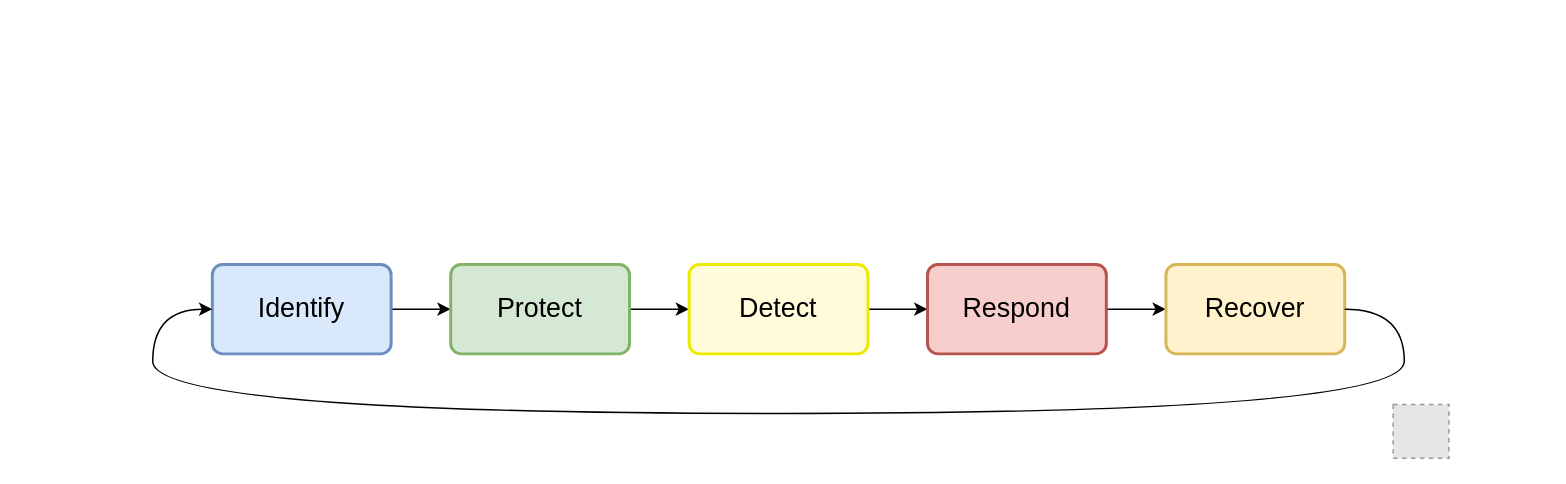
Above: page "Page-1" (1 of 2) of cybersecurity.drawio in qeeqbox/cybersecurity (draw.io), before the change. Source tidied: cells renumbered, new cells numbered last; positions are measured from the earlier drawing's top-left corner, leaving out a move shared by most shapes. Both pictures are drawn from the tidied source at 149%, with x=0, y=0 at pixel (107, 219). Pictures stored in the file or linked from it are replaced by grey dashed boxes.
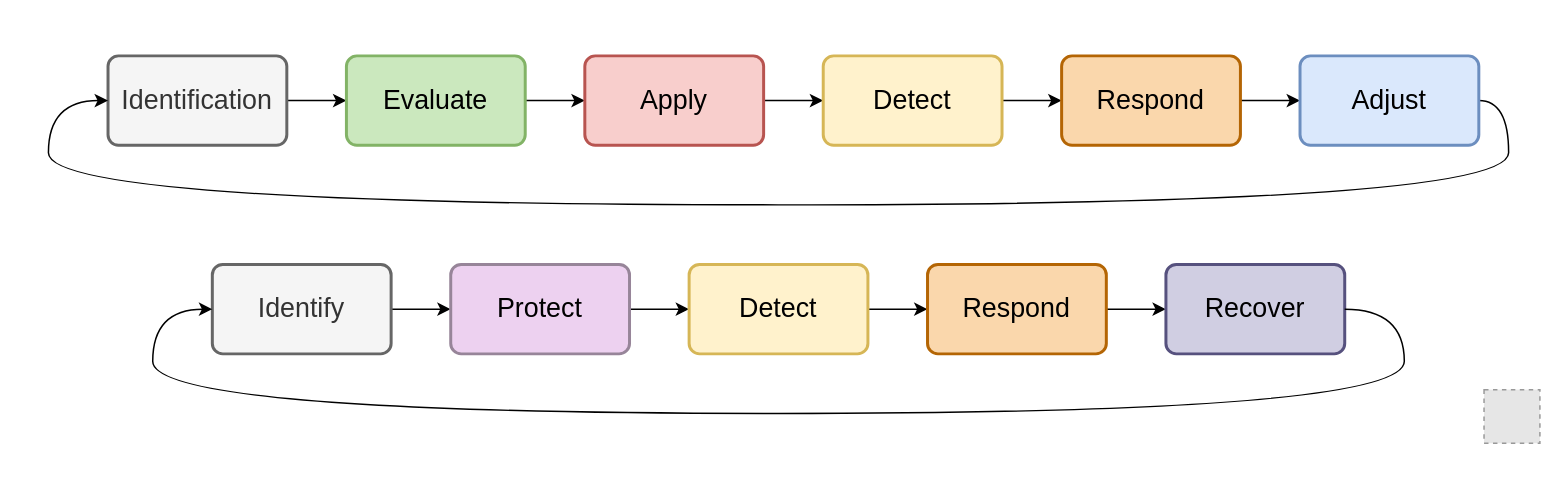
The same diagram, later.

What changed in the source:
```diff
@@
-    <mxCell id="2" style="rounded=0;whiteSpace=wrap;html=1;fontSize=16;fillColor=#FFFFFF;strokeColor=none;" parent="1" vertex="1">
-      <mxGeometry width="900" height="160" as="geometry" />
-    </mxCell>
+    <mxCell id="14" style="rounded=0;whiteSpace=wrap;html=1;fontSize=16;fillColor=#FFFFFF;strokeColor=none;" parent="1" vertex="1">
+      <mxGeometry x="-55.5" y="-130" width="1016.5" height="280" as="geometry" />
+    </mxCell>
@@
-    <mxCell id="4" value="Identify" style="rounded=1;whiteSpace=wrap;html=1;absoluteArcSize=1;arcSize=14;strokeWidth=2;fillColor=#dae8fc;strokeColor=#6c8ebf;fontSize=18;" parent="1" vertex="1">
+    <mxCell id="4" value="Identify" style="rounded=1;whiteSpace=wrap;html=1;absoluteArcSize=1;arcSize=14;strokeWidth=2;fillColor=#f5f5f5;strokeColor=#666666;fontSize=18;fontColor=#333333;" parent="1" vertex="1">
       <mxGeometry x="70" y="30" width="120" height="60" as="geometry" />
     </mxCell>
-    <mxCell id="5" style="edgeStyle=orthogonalEdgeStyle;rounded=0;jettySize=auto;html=1;exitX=1;exitY=0.5;exitDx=0;exitDy=0;entryX=0;entryY=0.5;entryDx=0;entryDy=0;fontSize=18;" parent="1" edge="1" source="6" target="8">
-      <mxGeometry relative="1" as="geometry" />
-    </mxCell>
+    <mxCell id="15" style="edgeStyle=orthogonalEdgeStyle;rounded=0;jettySize=auto;html=1;exitX=1;exitY=0.5;exitDx=0;exitDy=0;entryX=0;entryY=0.5;entryDx=0;entryDy=0;fontSize=18;" parent="1" edge="1" source="6" target="17">
+      <mxGeometry relative="1" as="geometry" />
+    </mxCell>
-    <mxCell id="6" value="Protect" style="rounded=1;whiteSpace=wrap;html=1;absoluteArcSize=1;arcSize=14;strokeWidth=2;fillColor=#d5e8d4;strokeColor=#82b366;fontSize=18;" parent="1" vertex="1">
+    <mxCell id="6" value="Protect" style="rounded=1;whiteSpace=wrap;html=1;absoluteArcSize=1;arcSize=14;strokeWidth=2;fillColor=#EDD1F0;strokeColor=#978599;fontSize=18;fontColor=#000000;" parent="1" vertex="1">
       <mxGeometry x="230" y="30" width="120" height="60" as="geometry" />
     </mxCell>
-    <mxCell id="7" style="edgeStyle=orthogonalEdgeStyle;rounded=0;jettySize=auto;html=1;exitX=1;exitY=0.5;exitDx=0;exitDy=0;entryX=0;entryY=0.5;entryDx=0;entryDy=0;fontSize=18;" parent="1" edge="1" source="8" target="10">
-      <mxGeometry relative="1" as="geometry" />
-    </mxCell>
-    <mxCell id="8" value="Detect" style="rounded=1;whiteSpace=wrap;html=1;absoluteArcSize=1;arcSize=14;strokeWidth=2;fillColor=#FFFBDB;strokeColor=#EBEB00;fontSize=18;" parent="1" vertex="1">
-      <mxGeometry x="390" y="30" width="120" height="60" as="geometry" />
-    </mxCell>
-    <mxCell id="9" style="edgeStyle=orthogonalEdgeStyle;rounded=0;jettySize=auto;html=1;exitX=1;exitY=0.5;exitDx=0;exitDy=0;entryX=0;entryY=0.5;entryDx=0;entryDy=0;fontSize=18;" parent="1" edge="1" source="10" target="11">
-      <mxGeometry relative="1" as="geometry" />
-    </mxCell>
-    <mxCell id="10" value="Respond" style="rounded=1;whiteSpace=wrap;html=1;absoluteArcSize=1;arcSize=14;strokeWidth=2;fillColor=#f8cecc;strokeColor=#b85450;fontSize=18;" parent="1" vertex="1">
-      <mxGeometry x="550" y="30" width="120" height="60" as="geometry" />
-    </mxCell>
+    <mxCell id="16" style="edgeStyle=orthogonalEdgeStyle;rounded=0;jettySize=auto;html=1;exitX=1;exitY=0.5;exitDx=0;exitDy=0;entryX=0;entryY=0.5;entryDx=0;entryDy=0;fontSize=18;" parent="1" edge="1" source="17" target="19">
+      <mxGeometry relative="1" as="geometry" />
+    </mxCell>
+    <mxCell id="17" value="Detect" style="rounded=1;whiteSpace=wrap;html=1;absoluteArcSize=1;arcSize=14;strokeWidth=2;fillColor=#fff2cc;strokeColor=#d6b656;fontSize=18;" parent="1" vertex="1">
+      <mxGeometry x="390" y="30" width="120" height="60" as="geometry" />
+    </mxCell>
+    <mxCell id="18" style="edgeStyle=orthogonalEdgeStyle;rounded=0;jettySize=auto;html=1;exitX=1;exitY=0.5;exitDx=0;exitDy=0;entryX=0;entryY=0.5;entryDx=0;entryDy=0;fontSize=18;" parent="1" edge="1" source="19" target="11">
+      <mxGeometry relative="1" as="geometry" />
+    </mxCell>
+    <mxCell id="19" value="Respond" style="rounded=1;whiteSpace=wrap;html=1;absoluteArcSize=1;arcSize=14;strokeWidth=2;fillColor=#fad7ac;strokeColor=#b46504;fontSize=18;" parent="1" vertex="1">
+      <mxGeometry x="550" y="30" width="120" height="60" as="geometry" />
+    </mxCell>
-    <mxCell id="11" value="Recover" style="rounded=1;whiteSpace=wrap;html=1;absoluteArcSize=1;arcSize=14;strokeWidth=2;fillColor=#fff2cc;strokeColor=#d6b656;fontSize=18;" parent="1" vertex="1">
+    <mxCell id="11" value="Recover" style="rounded=1;whiteSpace=wrap;html=1;absoluteArcSize=1;arcSize=14;strokeWidth=2;fillColor=#d0cee2;strokeColor=#56517e;fontSize=18;" parent="1" vertex="1">
       <mxGeometry x="710" y="30" width="120" height="60" as="geometry" />
     </mxCell>
@@
-    <mxCell id="13" style="fillColor=#E6E6E6;strokeColor=#999999;dashed=1;verticalLabelPosition=bottom;labelBackgroundColor=default;verticalAlign=top;" parent="1" vertex="1">
-      <mxGeometry x="862.5" y="124" width="37.5" height="36" as="geometry" />
-    </mxCell>
+    <mxCell id="20" style="fillColor=#E6E6E6;strokeColor=#999999;dashed=1;verticalLabelPosition=bottom;labelBackgroundColor=default;verticalAlign=top;" parent="1" vertex="1">
+      <mxGeometry x="923.5" y="114" width="37.5" height="36" as="geometry" />
+    </mxCell>
+    <mxCell id="21" style="edgeStyle=orthogonalEdgeStyle;rounded=0;jettySize=auto;html=1;exitX=1;exitY=0.5;exitDx=0;exitDy=0;fontSize=18;entryX=0;entryY=0.5;entryDx=0;entryDy=0;" parent="1" edge="1" source="22" target="24">
+      <mxGeometry relative="1" as="geometry" />
+    </mxCell>
+    <mxCell id="22" value="Identification" style="rounded=1;whiteSpace=wrap;html=1;absoluteArcSize=1;arcSize=14;strokeWidth=2;fillColor=#f5f5f5;strokeColor=#666666;fontColor=#333333;fontSize=18;" parent="1" vertex="1">
+      <mxGeometry y="-110" width="120" height="60" as="geometry" />
+    </mxCell>
+    <mxCell id="23" style="edgeStyle=orthogonalEdgeStyle;rounded=0;jettySize=auto;html=1;exitX=1;exitY=0.5;exitDx=0;exitDy=0;entryX=0;entryY=0.5;entryDx=0;entryDy=0;fontSize=18;" parent="1" edge="1" source="24" target="26">
+      <mxGeometry relative="1" as="geometry" />
+    </mxCell>
+    <mxCell id="24" value="Evaluate" style="rounded=1;whiteSpace=wrap;html=1;absoluteArcSize=1;arcSize=14;strokeWidth=2;fillColor=#CBE8BE;strokeColor=#82b366;fontSize=18;" parent="1" vertex="1">
+      <mxGeometry x="160" y="-110" width="120" height="60" as="geometry" />
+    </mxCell>
+    <mxCell id="25" style="edgeStyle=orthogonalEdgeStyle;rounded=0;jettySize=auto;html=1;exitX=1;exitY=0.5;exitDx=0;exitDy=0;entryX=0;entryY=0.5;entryDx=0;entryDy=0;fontSize=18;" parent="1" edge="1" source="26" target="28">
+      <mxGeometry relative="1" as="geometry" />
+    </mxCell>
+    <mxCell id="26" value="Apply" style="rounded=1;whiteSpace=wrap;html=1;absoluteArcSize=1;arcSize=14;strokeWidth=2;fillColor=#f8cecc;strokeColor=#b85450;fontSize=18;" parent="1" vertex="1">
+      <mxGeometry x="320" y="-110" width="120" height="60" as="geometry" />
+    </mxCell>
+    <mxCell id="27" style="edgeStyle=orthogonalEdgeStyle;rounded=0;jettySize=auto;html=1;exitX=1;exitY=0.5;exitDx=0;exitDy=0;entryX=0;entryY=0.5;entryDx=0;entryDy=0;fontSize=18;" parent="1" edge="1" source="28" target="30">
+      <mxGeometry relative="1" as="geometry" />
+    </mxCell>
+    <mxCell id="28" value="Detect" style="rounded=1;whiteSpace=wrap;html=1;absoluteArcSize=1;arcSize=14;strokeWidth=2;fillColor=#fff2cc;strokeColor=#d6b656;fontSize=18;" parent="1" vertex="1">
+      <mxGeometry x="480" y="-110" width="120" height="60" as="geometry" />
+    </mxCell>
+    <mxCell id="29" style="edgeStyle=orthogonalEdgeStyle;rounded=0;jettySize=auto;html=1;exitX=1;exitY=0.5;exitDx=0;exitDy=0;entryX=0;entryY=0.5;entryDx=0;entryDy=0;fontSize=18;" parent="1" edge="1" source="30" target="32">
+      <mxGeometry relative="1" as="geometry" />
+    </mxCell>
+    <mxCell id="30" value="Respond" style="rounded=1;whiteSpace=wrap;html=1;absoluteArcSize=1;arcSize=14;strokeWidth=2;fillColor=#fad7ac;strokeColor=#b46504;fontSize=18;" parent="1" vertex="1">
+      <mxGeometry x="640" y="-110" width="120" height="60" as="geometry" />
+    </mxCell>
+    <mxCell id="31" style="edgeStyle=orthogonalEdgeStyle;jettySize=auto;html=1;exitX=1;exitY=0.5;exitDx=0;exitDy=0;fontSize=18;entryX=0;entryY=0.5;entryDx=0;entryDy=0;curved=1;" parent="1" edge="1" source="32" target="22">
+      <mxGeometry relative="1" as="geometry">
+        <Array as="points">
+          <mxPoint x="940" y="-80" />
+          <mxPoint x="940" y="-10" />
+          <mxPoint x="-40" y="-10" />
+          <mxPoint x="-40" y="-80" />
+        </Array>
+      </mxGeometry>
+    </mxCell>
+    <mxCell id="32" value="Adjust" style="rounded=1;whiteSpace=wrap;html=1;absoluteArcSize=1;arcSize=14;strokeWidth=2;fillColor=#dae8fc;strokeColor=#6c8ebf;fontSize=18;" parent="1" vertex="1">
+      <mxGeometry x="800" y="-110" width="120" height="60" as="geometry" />
+    </mxCell>
```
